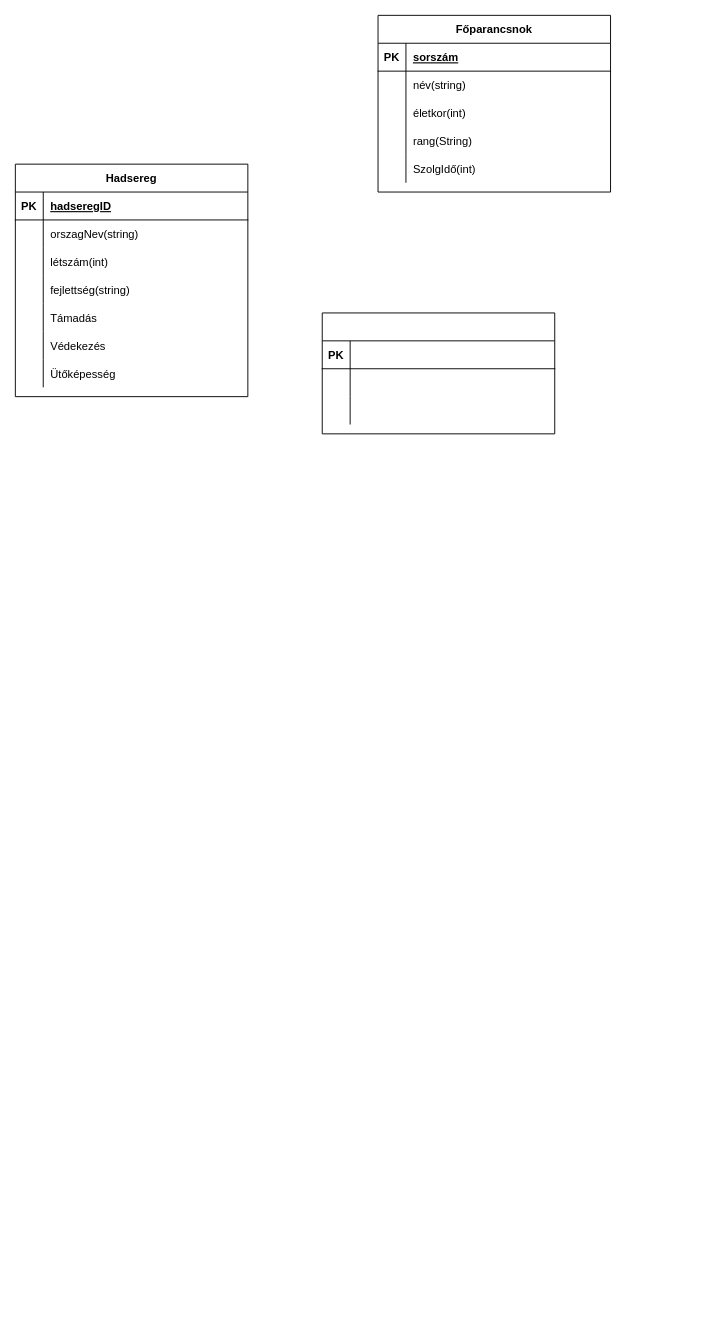
urbanoliver/HEPMIU_DB1Gyak keeps this draw.io diagram as DBSemTaskHEPMIU/RMhepimu.drawio. Above is the earlier version. Source tidied: cells renumbered, new cells numbered last; positions are measured from the earlier drawing's top-left corner, leaving out a move shared by most shapes. Both pictures are drawn from the tidied source at 93%, with x=0, y=0 at pixel (15, 15).
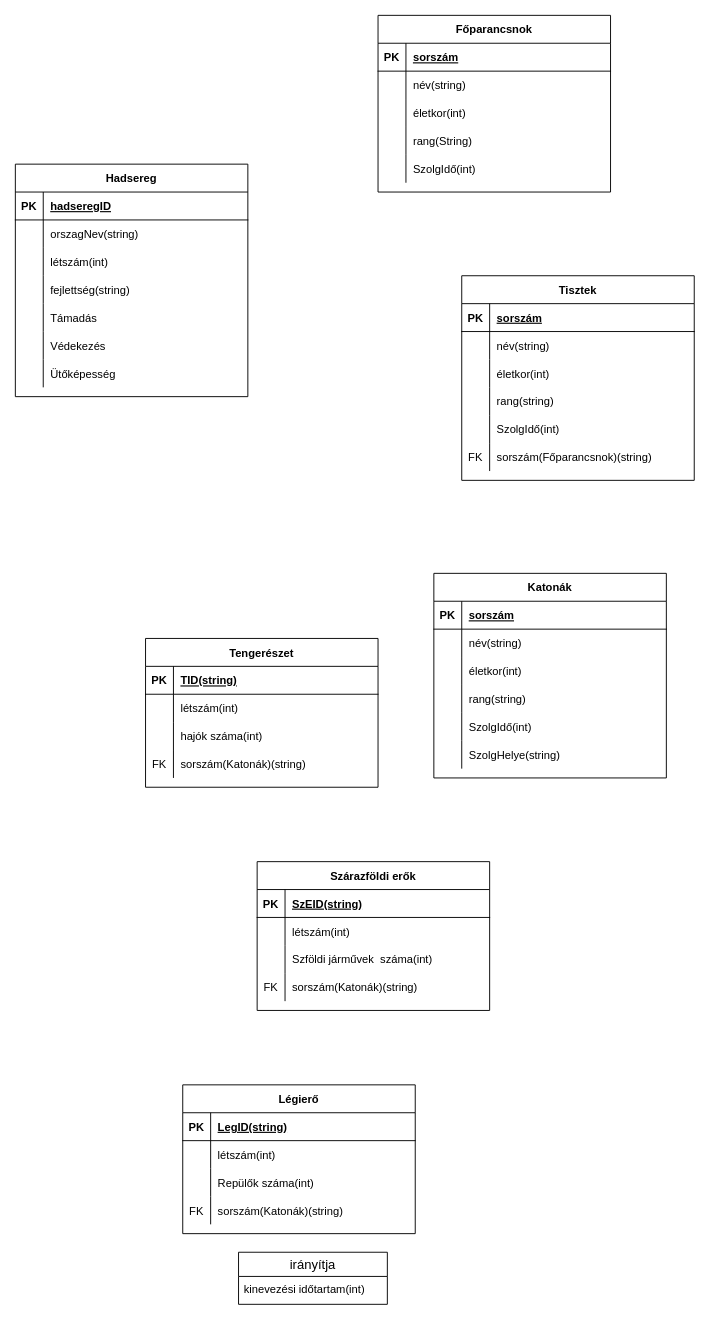
Above is the later version.

Diff of the diagram source:
```diff
@@
-    <mxCell id="18" style="shape=table;startSize=30;childLayout=tableLayout;rowLines=0;fontStyle=1;align=center;" parent="1" vertex="1">
-      <mxGeometry x="330" y="320" width="250" height="130" as="geometry" />
-    </mxCell>
-    <mxCell id="19" style="shape=partialRectangle;fillColor=none;top=0;left=0;right=0;bottom=1;" parent="18" vertex="1">
-      <mxGeometry y="30" width="250" height="30" as="geometry" />
-    </mxCell>
-    <mxCell id="20" value="PK" style="shape=partialRectangle;overflow=hidden;fillColor=none;top=0;left=0;bottom=0;right=0;fontStyle=1;" parent="19" vertex="1">
-      <mxGeometry width="30" height="30" as="geometry" />
-    </mxCell>
-    <mxCell id="21" style="shape=partialRectangle;overflow=hidden;fillColor=none;top=0;left=0;bottom=0;right=0;align=left;spacingLeft=6;fontStyle=5;" parent="19" vertex="1">
-      <mxGeometry x="30" width="220" height="30" as="geometry" />
-    </mxCell>
-    <mxCell id="22" style="shape=partialRectangle;fillColor=none;top=0;left=0;right=0;bottom=0;" parent="18" vertex="1">
-      <mxGeometry y="60" width="250" height="30" as="geometry" />
-    </mxCell>
-    <mxCell id="23" style="shape=partialRectangle;overflow=hidden;fillColor=none;top=0;left=0;bottom=0;right=0;" parent="22" vertex="1">
-      <mxGeometry width="30" height="30" as="geometry" />
-    </mxCell>
-    <mxCell id="24" style="shape=partialRectangle;overflow=hidden;fillColor=none;top=0;left=0;bottom=0;right=0;align=left;spacingLeft=6;" parent="22" vertex="1">
-      <mxGeometry x="30" width="220" height="30" as="geometry" />
-    </mxCell>
-    <mxCell id="25" style="shape=partialRectangle;fillColor=none;top=0;left=0;right=0;bottom=0;" parent="18" vertex="1">
-      <mxGeometry y="90" width="250" height="30" as="geometry" />
-    </mxCell>
-    <mxCell id="26" style="shape=partialRectangle;overflow=hidden;fillColor=none;top=0;left=0;bottom=0;right=0;" parent="25" vertex="1">
-      <mxGeometry width="30" height="30" as="geometry" />
-    </mxCell>
-    <mxCell id="27" style="shape=partialRectangle;overflow=hidden;fillColor=none;top=0;left=0;bottom=0;right=0;align=left;spacingLeft=6;" parent="25" vertex="1">
-      <mxGeometry x="30" width="220" height="30" as="geometry" />
-    </mxCell>
@@
+    <mxCell id="50" value="Tisztek" style="shape=table;startSize=30;childLayout=tableLayout;rowLines=0;fontStyle=1;align=center;" parent="1" vertex="1">
+      <mxGeometry x="480" y="280" width="250" height="220" as="geometry" />
+    </mxCell>
+    <mxCell id="51" style="shape=partialRectangle;fillColor=none;top=0;left=0;right=0;bottom=1;" parent="50" vertex="1">
+      <mxGeometry y="30" width="250" height="30" as="geometry" />
+    </mxCell>
+    <mxCell id="52" value="PK" style="shape=partialRectangle;overflow=hidden;fillColor=none;top=0;left=0;bottom=0;right=0;fontStyle=1;" parent="51" vertex="1">
+      <mxGeometry width="30" height="30" as="geometry" />
+    </mxCell>
+    <mxCell id="53" value="sorszám" style="shape=partialRectangle;overflow=hidden;fillColor=none;top=0;left=0;bottom=0;right=0;align=left;spacingLeft=6;fontStyle=5;" parent="51" vertex="1">
+      <mxGeometry x="30" width="220" height="30" as="geometry" />
+    </mxCell>
+    <mxCell id="54" style="shape=partialRectangle;fillColor=none;top=0;left=0;right=0;bottom=0;" parent="50" vertex="1">
+      <mxGeometry y="60" width="250" height="30" as="geometry" />
+    </mxCell>
+    <mxCell id="55" style="shape=partialRectangle;overflow=hidden;fillColor=none;top=0;left=0;bottom=0;right=0;" parent="54" vertex="1">
+      <mxGeometry width="30" height="30" as="geometry" />
+    </mxCell>
+    <mxCell id="56" value="név(string)" style="shape=partialRectangle;overflow=hidden;fillColor=none;top=0;left=0;bottom=0;right=0;align=left;spacingLeft=6;" parent="54" vertex="1">
+      <mxGeometry x="30" width="220" height="30" as="geometry" />
+    </mxCell>
+    <mxCell id="57" style="shape=tableRow;horizontal=0;startSize=0;swimlaneHead=0;swimlaneBody=0;fillColor=none;top=0;left=0;right=0;bottom=0;" parent="50" vertex="1">
+      <mxGeometry y="90" width="250" height="30" as="geometry" />
+    </mxCell>
+    <mxCell id="58" style="shape=partialRectangle;fillColor=none;top=0;left=0;bottom=0;right=0;overflow=hidden;" parent="57" vertex="1">
+      <mxGeometry width="30" height="30" as="geometry" />
+    </mxCell>
+    <mxCell id="59" value="életkor(int)" style="shape=partialRectangle;fillColor=none;top=0;left=0;bottom=0;right=0;align=left;spacingLeft=6;overflow=hidden;" parent="57" vertex="1">
+      <mxGeometry x="30" width="220" height="30" as="geometry" />
+    </mxCell>
+    <mxCell id="60" style="shape=tableRow;horizontal=0;startSize=0;swimlaneHead=0;swimlaneBody=0;fillColor=none;top=0;left=0;right=0;bottom=0;" parent="50" vertex="1">
+      <mxGeometry y="120" width="250" height="30" as="geometry" />
+    </mxCell>
+    <mxCell id="61" style="shape=partialRectangle;fillColor=none;top=0;left=0;bottom=0;right=0;overflow=hidden;" parent="60" vertex="1">
+      <mxGeometry width="30" height="30" as="geometry" />
+    </mxCell>
+    <mxCell id="62" value="rang(string)" style="shape=partialRectangle;fillColor=none;top=0;left=0;bottom=0;right=0;align=left;spacingLeft=6;overflow=hidden;" parent="60" vertex="1">
+      <mxGeometry x="30" width="220" height="30" as="geometry" />
+    </mxCell>
+    <mxCell id="63" style="shape=tableRow;horizontal=0;startSize=0;swimlaneHead=0;swimlaneBody=0;fillColor=none;top=0;left=0;right=0;bottom=0;" parent="50" vertex="1">
+      <mxGeometry y="150" width="250" height="30" as="geometry" />
+    </mxCell>
+    <mxCell id="64" style="shape=partialRectangle;fillColor=none;top=0;left=0;bottom=0;right=0;overflow=hidden;" parent="63" vertex="1">
+      <mxGeometry width="30" height="30" as="geometry" />
+    </mxCell>
+    <mxCell id="65" value="SzolgIdő(int)" style="shape=partialRectangle;fillColor=none;top=0;left=0;bottom=0;right=0;align=left;spacingLeft=6;overflow=hidden;" parent="63" vertex="1">
+      <mxGeometry x="30" width="220" height="30" as="geometry" />
+    </mxCell>
+    <mxCell id="66" style="shape=tableRow;horizontal=0;startSize=0;swimlaneHead=0;swimlaneBody=0;fillColor=none;top=0;left=0;right=0;bottom=0;" parent="50" vertex="1">
+      <mxGeometry y="180" width="250" height="30" as="geometry" />
+    </mxCell>
+    <mxCell id="67" value="FK" style="shape=partialRectangle;fillColor=none;top=0;left=0;bottom=0;right=0;fontStyle=0;overflow=hidden;" parent="66" vertex="1">
+      <mxGeometry width="30" height="30" as="geometry" />
+    </mxCell>
+    <mxCell id="68" value="sorszám(Főparancsnok)(string)" style="shape=partialRectangle;fillColor=none;top=0;left=0;bottom=0;right=0;align=left;spacingLeft=6;fontStyle=0;overflow=hidden;" parent="66" vertex="1">
+      <mxGeometry x="30" width="220" height="30" as="geometry" />
+    </mxCell>
+    <mxCell id="69" value="Katonák" style="shape=table;startSize=30;childLayout=tableLayout;rowLines=0;fontStyle=1;align=center;" parent="1" vertex="1">
+      <mxGeometry x="450" y="600" width="250" height="220" as="geometry" />
+    </mxCell>
+    <mxCell id="70" style="shape=partialRectangle;fillColor=none;top=0;left=0;right=0;bottom=1;" parent="69" vertex="1">
+      <mxGeometry y="30" width="250" height="30" as="geometry" />
+    </mxCell>
+    <mxCell id="71" value="PK" style="shape=partialRectangle;overflow=hidden;fillColor=none;top=0;left=0;bottom=0;right=0;fontStyle=1;" parent="70" vertex="1">
+      <mxGeometry width="30" height="30" as="geometry" />
+    </mxCell>
+    <mxCell id="72" value="sorszám" style="shape=partialRectangle;overflow=hidden;fillColor=none;top=0;left=0;bottom=0;right=0;align=left;spacingLeft=6;fontStyle=5;" parent="70" vertex="1">
+      <mxGeometry x="30" width="220" height="30" as="geometry" />
+    </mxCell>
+    <mxCell id="73" style="shape=partialRectangle;fillColor=none;top=0;left=0;right=0;bottom=0;" parent="69" vertex="1">
+      <mxGeometry y="60" width="250" height="30" as="geometry" />
+    </mxCell>
+    <mxCell id="74" style="shape=partialRectangle;overflow=hidden;fillColor=none;top=0;left=0;bottom=0;right=0;" parent="73" vertex="1">
+      <mxGeometry width="30" height="30" as="geometry" />
+    </mxCell>
+    <mxCell id="75" value="név(string)" style="shape=partialRectangle;overflow=hidden;fillColor=none;top=0;left=0;bottom=0;right=0;align=left;spacingLeft=6;" parent="73" vertex="1">
+      <mxGeometry x="30" width="220" height="30" as="geometry" />
+    </mxCell>
+    <mxCell id="76" style="shape=tableRow;horizontal=0;startSize=0;swimlaneHead=0;swimlaneBody=0;fillColor=none;top=0;left=0;right=0;bottom=0;" parent="69" vertex="1">
+      <mxGeometry y="90" width="250" height="30" as="geometry" />
+    </mxCell>
+    <mxCell id="77" style="shape=partialRectangle;fillColor=none;top=0;left=0;bottom=0;right=0;overflow=hidden;" parent="76" vertex="1">
+      <mxGeometry width="30" height="30" as="geometry" />
+    </mxCell>
+    <mxCell id="78" value="életkor(int)" style="shape=partialRectangle;fillColor=none;top=0;left=0;bottom=0;right=0;align=left;spacingLeft=6;overflow=hidden;" parent="76" vertex="1">
+      <mxGeometry x="30" width="220" height="30" as="geometry" />
+    </mxCell>
+    <mxCell id="79" style="shape=tableRow;horizontal=0;startSize=0;swimlaneHead=0;swimlaneBody=0;fillColor=none;top=0;left=0;right=0;bottom=0;" parent="69" vertex="1">
+      <mxGeometry y="120" width="250" height="30" as="geometry" />
+    </mxCell>
+    <mxCell id="80" style="shape=partialRectangle;fillColor=none;top=0;left=0;bottom=0;right=0;overflow=hidden;" parent="79" vertex="1">
+      <mxGeometry width="30" height="30" as="geometry" />
+    </mxCell>
+    <mxCell id="81" value="rang(string)" style="shape=partialRectangle;fillColor=none;top=0;left=0;bottom=0;right=0;align=left;spacingLeft=6;overflow=hidden;" parent="79" vertex="1">
+      <mxGeometry x="30" width="220" height="30" as="geometry" />
+    </mxCell>
+    <mxCell id="82" style="shape=tableRow;horizontal=0;startSize=0;swimlaneHead=0;swimlaneBody=0;fillColor=none;top=0;left=0;right=0;bottom=0;" parent="69" vertex="1">
+      <mxGeometry y="150" width="250" height="30" as="geometry" />
+    </mxCell>
+    <mxCell id="83" style="shape=partialRectangle;fillColor=none;top=0;left=0;bottom=0;right=0;overflow=hidden;" parent="82" vertex="1">
+      <mxGeometry width="30" height="30" as="geometry" />
+    </mxCell>
+    <mxCell id="84" value="SzolgIdő(int)" style="shape=partialRectangle;fillColor=none;top=0;left=0;bottom=0;right=0;align=left;spacingLeft=6;overflow=hidden;" parent="82" vertex="1">
+      <mxGeometry x="30" width="220" height="30" as="geometry" />
+    </mxCell>
+    <mxCell id="85" style="shape=tableRow;horizontal=0;startSize=0;swimlaneHead=0;swimlaneBody=0;fillColor=none;top=0;left=0;right=0;bottom=0;" parent="69" vertex="1">
+      <mxGeometry y="180" width="250" height="30" as="geometry" />
+    </mxCell>
+    <mxCell id="86" style="shape=partialRectangle;fillColor=none;top=0;left=0;bottom=0;right=0;overflow=hidden;" parent="85" vertex="1">
+      <mxGeometry width="30" height="30" as="geometry" />
+    </mxCell>
+    <mxCell id="87" value="SzolgHelye(string)" style="shape=partialRectangle;fillColor=none;top=0;left=0;bottom=0;right=0;align=left;spacingLeft=6;overflow=hidden;" parent="85" vertex="1">
+      <mxGeometry x="30" width="220" height="30" as="geometry" />
+    </mxCell>
+    <mxCell id="88" value="Tengerészet" style="shape=table;startSize=30;childLayout=tableLayout;rowLines=0;fontStyle=1;align=center;" parent="1" vertex="1">
+      <mxGeometry x="140" y="670" width="250" height="160" as="geometry" />
+    </mxCell>
+    <mxCell id="89" style="shape=partialRectangle;fillColor=none;top=0;left=0;right=0;bottom=1;" parent="88" vertex="1">
+      <mxGeometry y="30" width="250" height="30" as="geometry" />
+    </mxCell>
+    <mxCell id="90" value="PK" style="shape=partialRectangle;overflow=hidden;fillColor=none;top=0;left=0;bottom=0;right=0;fontStyle=1;" parent="89" vertex="1">
+      <mxGeometry width="30" height="30" as="geometry" />
+    </mxCell>
+    <mxCell id="91" value="TID(string)" style="shape=partialRectangle;overflow=hidden;fillColor=none;top=0;left=0;bottom=0;right=0;align=left;spacingLeft=6;fontStyle=5;" parent="89" vertex="1">
+      <mxGeometry x="30" width="220" height="30" as="geometry" />
+    </mxCell>
+    <mxCell id="92" style="shape=partialRectangle;fillColor=none;top=0;left=0;right=0;bottom=0;" parent="88" vertex="1">
+      <mxGeometry y="60" width="250" height="30" as="geometry" />
+    </mxCell>
+    <mxCell id="93" style="shape=partialRectangle;overflow=hidden;fillColor=none;top=0;left=0;bottom=0;right=0;" parent="92" vertex="1">
+      <mxGeometry width="30" height="30" as="geometry" />
+    </mxCell>
+    <mxCell id="94" value="létszám(int)" style="shape=partialRectangle;overflow=hidden;fillColor=none;top=0;left=0;bottom=0;right=0;align=left;spacingLeft=6;" parent="92" vertex="1">
+      <mxGeometry x="30" width="220" height="30" as="geometry" />
+    </mxCell>
+    <mxCell id="95" style="shape=tableRow;horizontal=0;startSize=0;swimlaneHead=0;swimlaneBody=0;fillColor=none;top=0;left=0;right=0;bottom=0;" parent="88" vertex="1">
+      <mxGeometry y="90" width="250" height="30" as="geometry" />
+    </mxCell>
+    <mxCell id="96" style="shape=partialRectangle;fillColor=none;top=0;left=0;bottom=0;right=0;overflow=hidden;" parent="95" vertex="1">
+      <mxGeometry width="30" height="30" as="geometry" />
+    </mxCell>
+    <mxCell id="97" value="hajók száma(int)" style="shape=partialRectangle;fillColor=none;top=0;left=0;bottom=0;right=0;align=left;spacingLeft=6;overflow=hidden;" parent="95" vertex="1">
+      <mxGeometry x="30" width="220" height="30" as="geometry" />
+    </mxCell>
+    <mxCell id="98" style="shape=tableRow;horizontal=0;startSize=0;swimlaneHead=0;swimlaneBody=0;fillColor=none;top=0;left=0;right=0;bottom=0;" parent="88" vertex="1">
+      <mxGeometry y="120" width="250" height="30" as="geometry" />
+    </mxCell>
+    <mxCell id="99" value="FK" style="shape=partialRectangle;fillColor=none;top=0;left=0;bottom=0;right=0;fontStyle=0;overflow=hidden;" parent="98" vertex="1">
+      <mxGeometry width="30" height="30" as="geometry" />
+    </mxCell>
+    <mxCell id="100" value="sorszám(Katonák)(string)" style="shape=partialRectangle;fillColor=none;top=0;left=0;bottom=0;right=0;align=left;spacingLeft=6;fontStyle=0;overflow=hidden;" parent="98" vertex="1">
+      <mxGeometry x="30" width="220" height="30" as="geometry" />
+    </mxCell>
+    <mxCell id="101" value="Szárazföldi erők" style="shape=table;startSize=30;childLayout=tableLayout;rowLines=0;fontStyle=1;align=center;" parent="1" vertex="1">
+      <mxGeometry x="260" y="910" width="250" height="160" as="geometry" />
+    </mxCell>
+    <mxCell id="102" style="shape=partialRectangle;fillColor=none;top=0;left=0;right=0;bottom=1;" parent="101" vertex="1">
+      <mxGeometry y="30" width="250" height="30" as="geometry" />
+    </mxCell>
+    <mxCell id="103" value="PK" style="shape=partialRectangle;overflow=hidden;fillColor=none;top=0;left=0;bottom=0;right=0;fontStyle=1;" parent="102" vertex="1">
+      <mxGeometry width="30" height="30" as="geometry" />
+    </mxCell>
+    <mxCell id="104" value="SzEID(string)" style="shape=partialRectangle;overflow=hidden;fillColor=none;top=0;left=0;bottom=0;right=0;align=left;spacingLeft=6;fontStyle=5;" parent="102" vertex="1">
+      <mxGeometry x="30" width="220" height="30" as="geometry" />
+    </mxCell>
+    <mxCell id="105" style="shape=partialRectangle;fillColor=none;top=0;left=0;right=0;bottom=0;" parent="101" vertex="1">
+      <mxGeometry y="60" width="250" height="30" as="geometry" />
+    </mxCell>
+    <mxCell id="106" style="shape=partialRectangle;overflow=hidden;fillColor=none;top=0;left=0;bottom=0;right=0;" parent="105" vertex="1">
+      <mxGeometry width="30" height="30" as="geometry" />
+    </mxCell>
+    <mxCell id="107" value="létszám(int)" style="shape=partialRectangle;overflow=hidden;fillColor=none;top=0;left=0;bottom=0;right=0;align=left;spacingLeft=6;" parent="105" vertex="1">
+      <mxGeometry x="30" width="220" height="30" as="geometry" />
+    </mxCell>
+    <mxCell id="108" style="shape=tableRow;horizontal=0;startSize=0;swimlaneHead=0;swimlaneBody=0;fillColor=none;top=0;left=0;right=0;bottom=0;" parent="101" vertex="1">
+      <mxGeometry y="90" width="250" height="30" as="geometry" />
+    </mxCell>
+    <mxCell id="109" style="shape=partialRectangle;fillColor=none;top=0;left=0;bottom=0;right=0;overflow=hidden;" parent="108" vertex="1">
+      <mxGeometry width="30" height="30" as="geometry" />
+    </mxCell>
+    <mxCell id="110" value="Szföldi járművek  száma(int)" style="shape=partialRectangle;fillColor=none;top=0;left=0;bottom=0;right=0;align=left;spacingLeft=6;overflow=hidden;" parent="108" vertex="1">
+      <mxGeometry x="30" width="220" height="30" as="geometry" />
+    </mxCell>
+    <mxCell id="111" style="shape=tableRow;horizontal=0;startSize=0;swimlaneHead=0;swimlaneBody=0;fillColor=none;top=0;left=0;right=0;bottom=0;" parent="101" vertex="1">
+      <mxGeometry y="120" width="250" height="30" as="geometry" />
+    </mxCell>
+    <mxCell id="112" value="FK" style="shape=partialRectangle;fillColor=none;top=0;left=0;bottom=0;right=0;fontStyle=0;overflow=hidden;" parent="111" vertex="1">
+      <mxGeometry width="30" height="30" as="geometry" />
+    </mxCell>
+    <mxCell id="113" value="sorszám(Katonák)(string)" style="shape=partialRectangle;fillColor=none;top=0;left=0;bottom=0;right=0;align=left;spacingLeft=6;fontStyle=0;overflow=hidden;" parent="111" vertex="1">
+      <mxGeometry x="30" width="220" height="30" as="geometry" />
+    </mxCell>
+    <mxCell id="114" value="Légierő" style="shape=table;startSize=30;childLayout=tableLayout;rowLines=0;fontStyle=1;align=center;" parent="1" vertex="1">
+      <mxGeometry x="180" y="1150" width="250" height="160" as="geometry" />
+    </mxCell>
+    <mxCell id="115" style="shape=partialRectangle;fillColor=none;top=0;left=0;right=0;bottom=1;" parent="114" vertex="1">
+      <mxGeometry y="30" width="250" height="30" as="geometry" />
+    </mxCell>
+    <mxCell id="116" value="PK" style="shape=partialRectangle;overflow=hidden;fillColor=none;top=0;left=0;bottom=0;right=0;fontStyle=1;" parent="115" vertex="1">
+      <mxGeometry width="30" height="30" as="geometry" />
+    </mxCell>
+    <mxCell id="117" value="LegID(string)" style="shape=partialRectangle;overflow=hidden;fillColor=none;top=0;left=0;bottom=0;right=0;align=left;spacingLeft=6;fontStyle=5;" parent="115" vertex="1">
+      <mxGeometry x="30" width="220" height="30" as="geometry" />
+    </mxCell>
+    <mxCell id="118" style="shape=partialRectangle;fillColor=none;top=0;left=0;right=0;bottom=0;" parent="114" vertex="1">
+      <mxGeometry y="60" width="250" height="30" as="geometry" />
+    </mxCell>
+    <mxCell id="119" style="shape=partialRectangle;overflow=hidden;fillColor=none;top=0;left=0;bottom=0;right=0;" parent="118" vertex="1">
+      <mxGeometry width="30" height="30" as="geometry" />
+    </mxCell>
+    <mxCell id="120" value="létszám(int)" style="shape=partialRectangle;overflow=hidden;fillColor=none;top=0;left=0;bottom=0;right=0;align=left;spacingLeft=6;" parent="118" vertex="1">
+      <mxGeometry x="30" width="220" height="30" as="geometry" />
+    </mxCell>
+    <mxCell id="121" style="shape=tableRow;horizontal=0;startSize=0;swimlaneHead=0;swimlaneBody=0;fillColor=none;top=0;left=0;right=0;bottom=0;" parent="114" vertex="1">
+      <mxGeometry y="90" width="250" height="30" as="geometry" />
+    </mxCell>
+    <mxCell id="122" style="shape=partialRectangle;fillColor=none;top=0;left=0;bottom=0;right=0;overflow=hidden;" parent="121" vertex="1">
+      <mxGeometry width="30" height="30" as="geometry" />
+    </mxCell>
+    <mxCell id="123" value="Repülők száma(int)" style="shape=partialRectangle;fillColor=none;top=0;left=0;bottom=0;right=0;align=left;spacingLeft=6;overflow=hidden;" parent="121" vertex="1">
+      <mxGeometry x="30" width="220" height="30" as="geometry" />
+    </mxCell>
+    <mxCell id="124" style="shape=tableRow;horizontal=0;startSize=0;swimlaneHead=0;swimlaneBody=0;fillColor=none;top=0;left=0;right=0;bottom=0;" parent="114" vertex="1">
+      <mxGeometry y="120" width="250" height="30" as="geometry" />
+    </mxCell>
+    <mxCell id="125" value="FK" style="shape=partialRectangle;fillColor=none;top=0;left=0;bottom=0;right=0;fontStyle=0;overflow=hidden;" parent="124" vertex="1">
+      <mxGeometry width="30" height="30" as="geometry" />
+    </mxCell>
+    <mxCell id="126" value="sorszám(Katonák)(string)" style="shape=partialRectangle;fillColor=none;top=0;left=0;bottom=0;right=0;align=left;spacingLeft=6;fontStyle=0;overflow=hidden;" parent="124" vertex="1">
+      <mxGeometry x="30" width="220" height="30" as="geometry" />
+    </mxCell>
+    <mxCell id="127" value="irányítja" style="swimlane;fontStyle=0;horizontal=1;startSize=26;align=center;fontSize=14;" parent="1" vertex="1">
+      <mxGeometry x="240" y="1330" width="160" height="56" as="geometry" />
+    </mxCell>
+    <mxCell id="128" value="kinevezési időtartam(int)" style="text;strokeColor=none;fillColor=none;spacingLeft=4;spacingRight=4;overflow=hidden;fontSize=12;" parent="127" vertex="1">
+      <mxGeometry y="26" width="160" height="30" as="geometry" />
+    </mxCell>
```
